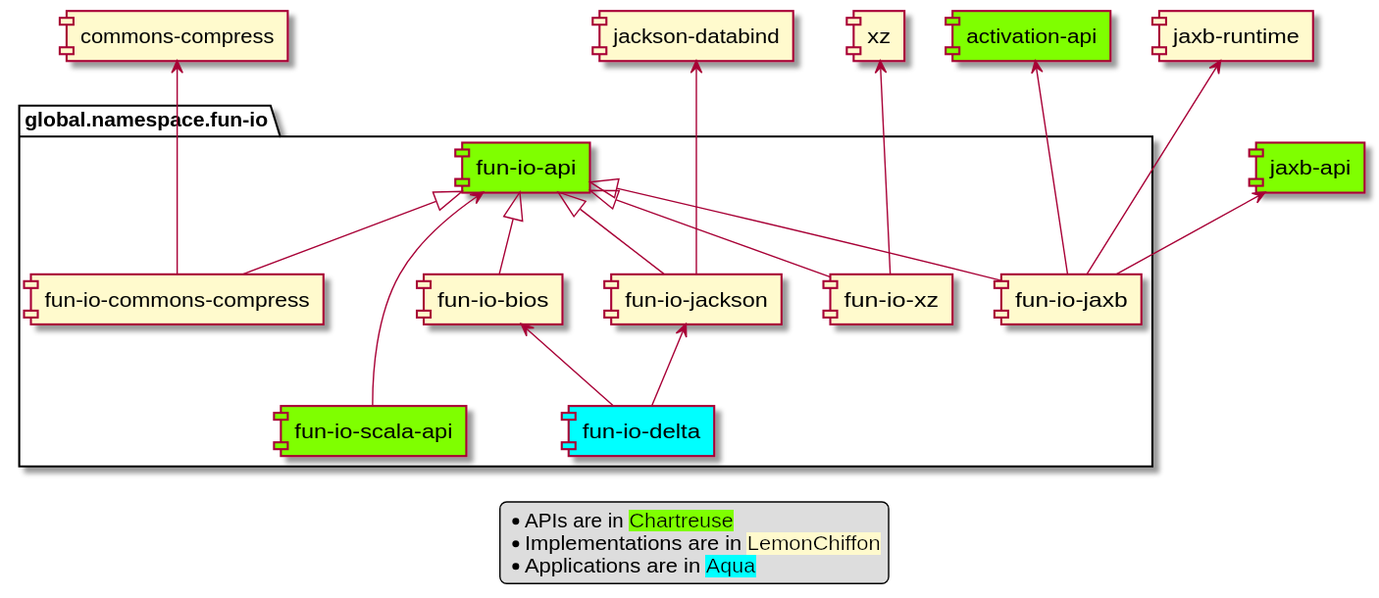
This is assets/module-structure.svg from christian-schlichtherle/fun-io, a PlantUML export, as it was before one commit.
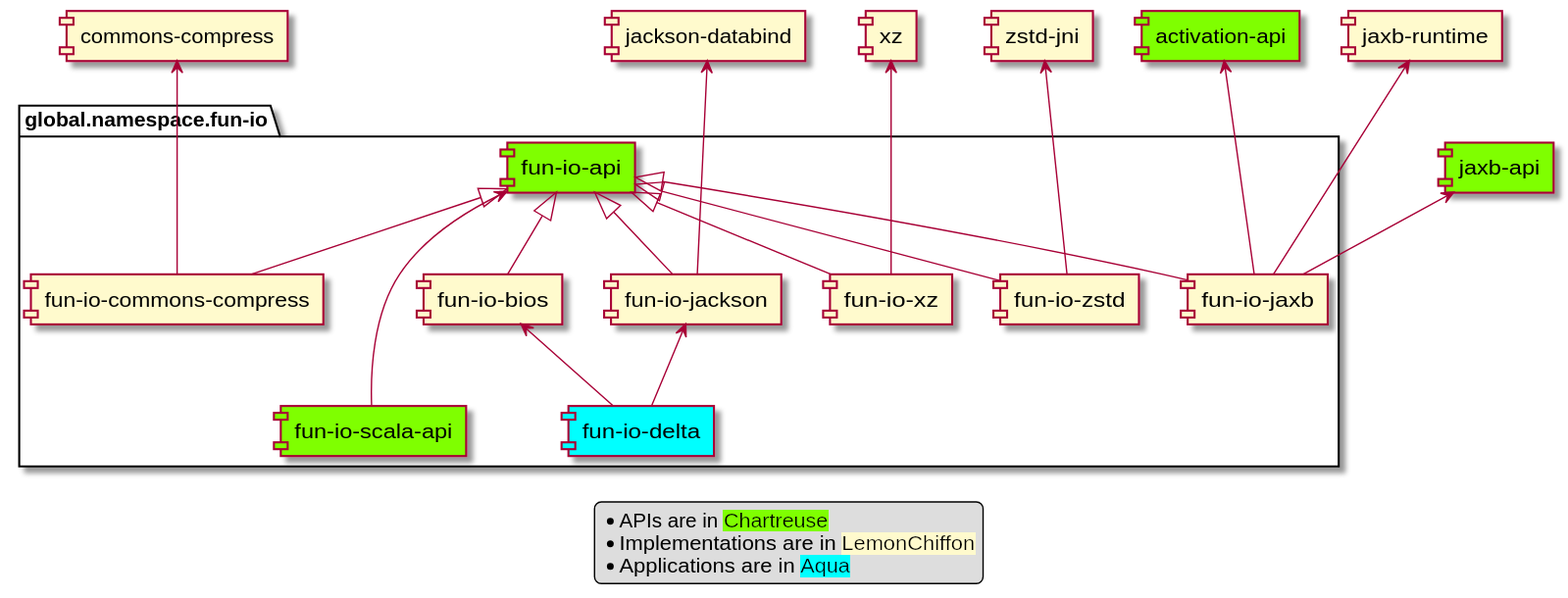
Later version of the same file.

Commit message:
Adds `fun-io-zstd`.

The edit, as a diff of the source:
```diff
@@ -11,6 +11,7 @@
     [fun-io-api] <|-- [fun-io-jaxb]
     [fun-io-api] <--- [fun-io-scala-api]
     [fun-io-api] <|-- [fun-io-xz]
+    [fun-io-api] <|-- [fun-io-zstd]
 
     [fun-io-bios] <-- [fun-io-delta]
     [fun-io-jackson] <-- [fun-io-delta]
@@ -29,6 +30,8 @@
 
 [xz] <--- [fun-io-xz]
 
+[zstd-jni] <--- [fun-io-zstd]
+
 legend
 * APIs are in <back:Chartreuse>Chartreuse</back>
 * Implementations are in <back:LemonChiffon>LemonChiffon</back>
```
